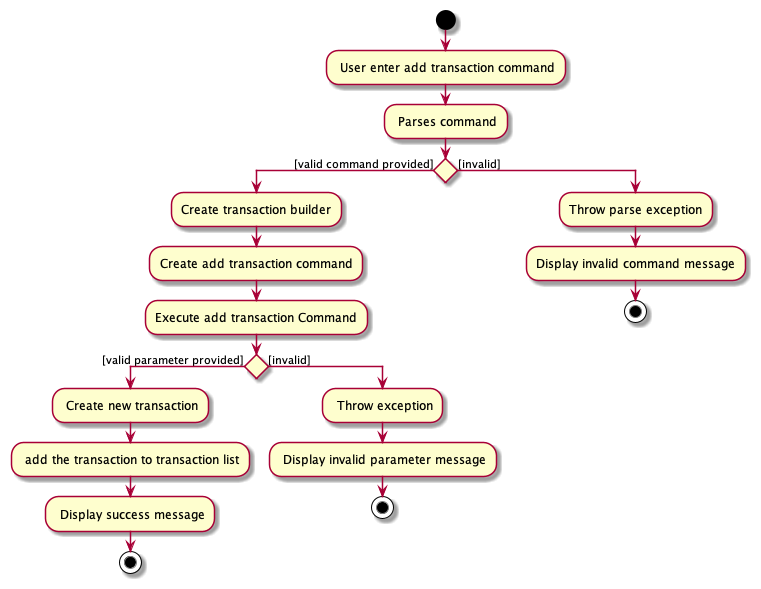
Above: docs/images/AddTransactionActivityDiagram.png in nus-cs2103-AY2122S2/tp (PlantUML), before the change. The source it was exported from:
```plantuml
@startuml
start
: User enter add transaction command;

: Parses command;

if () then ([valid command provided])
  :Create transaction builder;
  :Create add transaction command;
  :Execute add transaction Command;
  if () then ([valid parameter provided])
  : Create new transaction;
  : add the transaction to transaction list;
  : Display success message;
  stop
  else ([invalid])
   : Throw exception;
   : Display invalid parameter message;
   stop
  endif
else ([invalid])
  :Throw parse exception;
  :Display invalid command message;
  stop

endif
@enduml
```
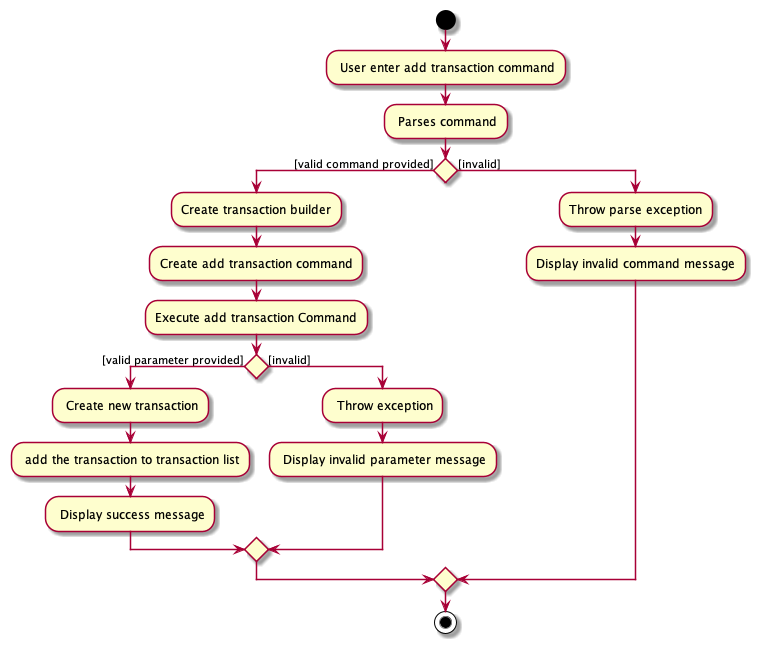
Later version of the same file.

What changed in the source:
```diff
@@ -12,16 +12,13 @@
   : Create new transaction;
   : add the transaction to transaction list;
   : Display success message;
-  stop
   else ([invalid])
    : Throw exception;
    : Display invalid parameter message;
-   stop
   endif
 else ([invalid])
   :Throw parse exception;
   :Display invalid command message;
-  stop
-
 endif
+stop
 @enduml
```
